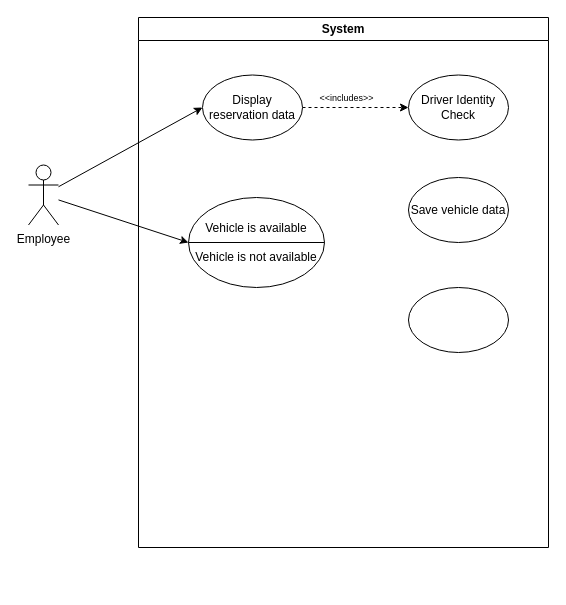
Lenni528/UMLions keeps this draw.io diagram as page "Diagramm 1" (1 of 2) of diagrams/B2/B2_1_Anwendungsfalldiagramme .drawio. Above is the earlier version. Source tidied: cells renumbered, new cells numbered last; positions are measured from the earlier drawing's top-left corner, leaving out a move shared by most shapes. Both pictures are drawn from the tidied source at 100%, with x=0, y=0 at pixel (28, 17).
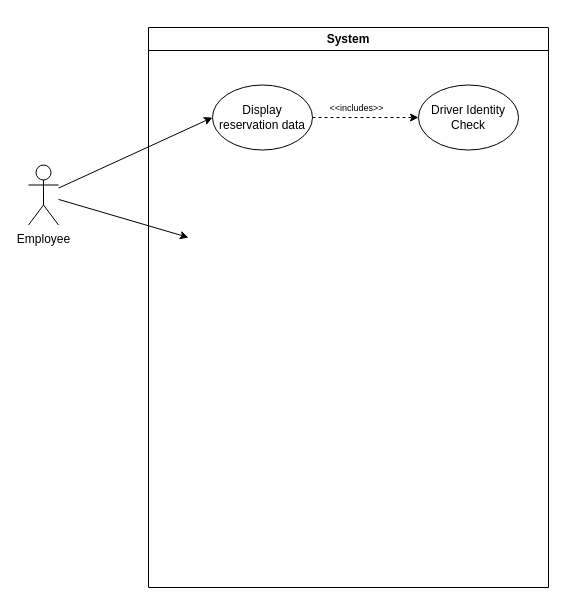
The same diagram, later.

Change to the diagram source:
```diff
@@
 <mxGraphModel>
   <root>
     <mxCell id="0" />
     <mxCell id="1" parent="0" />
     <mxCell id="2" style="edgeStyle=orthogonalEdgeStyle;rounded=0;orthogonalLoop=1;jettySize=auto;html=1;entryX=0.5;entryY=0;entryDx=0;entryDy=0;entryPerimeter=0;" parent="1" edge="1">
       <mxGeometry relative="1" as="geometry">
         <mxPoint x="50" y="120" as="sourcePoint" />
         <mxPoint x="50" y="120" as="targetPoint" />
       </mxGeometry>
     </mxCell>
     <mxCell id="3" value="System" style="swimlane;whiteSpace=wrap;html=1;startSize=23;" parent="1" vertex="1">
-      <mxGeometry x="110" width="410" height="530" as="geometry" />
+      <mxGeometry x="120" y="10" width="400" height="560" as="geometry" />
     </mxCell>
     <mxCell id="4" style="rounded=0;jettySize=auto;html=1;dashed=1;entryX=0;entryY=0.5;entryDx=0;entryDy=0;" parent="3" edge="1" source="6" target="7">
       <mxGeometry relative="1" as="geometry" />
     </mxCell>
     <mxCell id="5" value="&lt;p style=&quot;line-height: 100%; font-size: 9px;&quot;&gt;&amp;lt;&amp;lt;includes&amp;gt;&amp;gt;&lt;/p&gt;" style="edgeLabel;html=1;align=center;verticalAlign=top;fontSize=9;labelBackgroundColor=none;spacing=-20;" parent="4" vertex="1">
       <mxGeometry x="-0.19" y="-3" relative="1" as="geometry">
         <mxPoint y="-10" as="offset" />
       </mxGeometry>
     </mxCell>
     <mxCell id="6" value="Display reservation data" style="ellipse;whiteSpace=wrap;html=1;" parent="3" vertex="1">
       <mxGeometry x="64" y="57.5" width="100" height="65" as="geometry" />
     </mxCell>
     <mxCell id="7" value="Driver Identity Check" style="ellipse;whiteSpace=wrap;html=1;" parent="3" vertex="1">
       <mxGeometry x="270" y="57.5" width="100" height="65" as="geometry" />
     </mxCell>
-    <mxCell id="8" value="&lt;div&gt;Vehicle is available&lt;br&gt;&lt;/div&gt;&lt;div&gt;&lt;br&gt;&lt;/div&gt;&lt;div&gt;Vehicle is not available&lt;br&gt;&lt;/div&gt;" style="ellipse;whiteSpace=wrap;html=1;" parent="3" vertex="1">
-      <mxGeometry x="50" y="180" width="136" height="90" as="geometry" />
-    </mxCell>
-    <mxCell id="9" style="endArrow=none;html=1;rounded=0;exitX=0;exitY=0.5;exitDx=0;exitDy=0;entryX=1;entryY=0.5;entryDx=0;entryDy=0;" parent="3" edge="1" source="8" target="8">
-      <mxGeometry relative="1" as="geometry" />
-    </mxCell>
-    <mxCell id="10" value="Save vehicle data" style="ellipse;whiteSpace=wrap;html=1;" parent="3" vertex="1">
-      <mxGeometry x="270" y="160" width="100" height="65" as="geometry" />
-    </mxCell>
-    <mxCell id="11" style="ellipse;whiteSpace=wrap;html=1;" parent="3" vertex="1">
-      <mxGeometry x="270" y="270" width="100" height="65" as="geometry" />
-    </mxCell>
     <mxCell id="12" style="rounded=0;jettySize=auto;html=1;entryX=0;entryY=0.5;entryDx=0;entryDy=0;" parent="1" edge="1" source="14" target="6">
       <mxGeometry relative="1" as="geometry" />
     </mxCell>
-    <mxCell id="13" style="rounded=0;jettySize=auto;html=1;entryX=0;entryY=0.5;entryDx=0;entryDy=0;" parent="1" edge="1" source="14" target="8">
-      <mxGeometry relative="1" as="geometry" />
+    <mxCell id="13" style="rounded=0;jettySize=auto;html=1;" parent="1" edge="1" source="14">
+      <mxGeometry relative="1" as="geometry">
+        <mxPoint x="160" y="220" as="targetPoint" />
+      </mxGeometry>
     </mxCell>
     <mxCell id="14" value="Employee" style="shape=umlActor;verticalLabelPosition=bottom;verticalAlign=top;html=1;outlineConnect=0;" parent="1" vertex="1">
       <mxGeometry y="147.5" width="30" height="60" as="geometry" />
     </mxCell>
   </root>
 </mxGraphModel>
```
